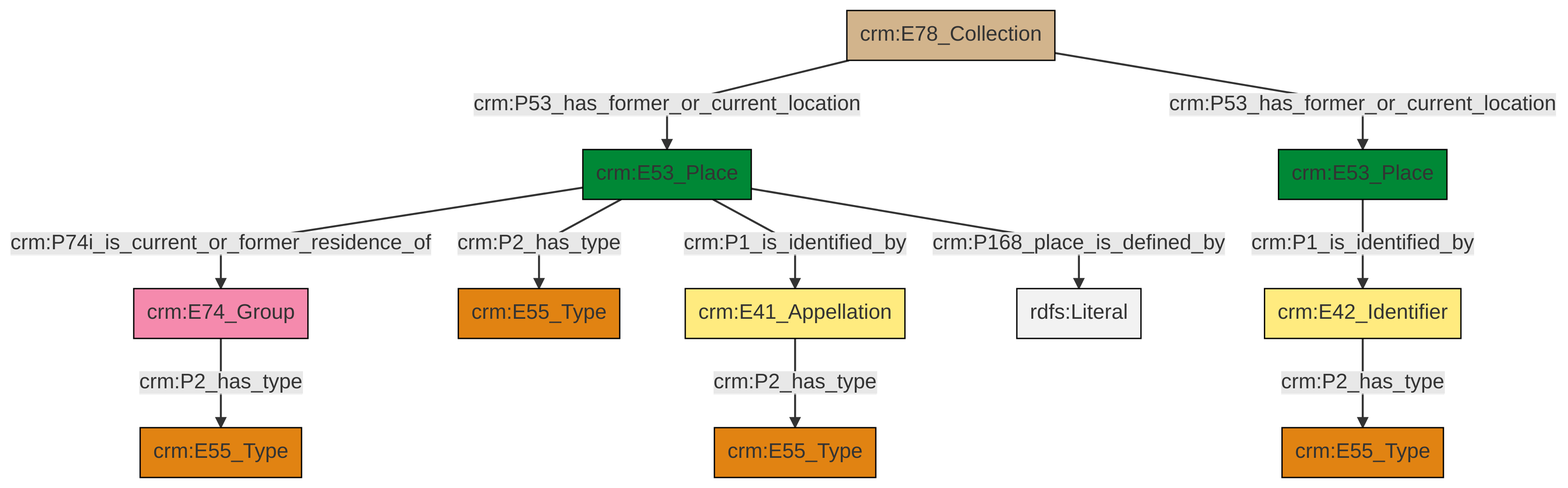
Before: et/archivalCSV/ttl/mmd/png/archival_location.png, a diagram exported from Mermaid (swiss-art-research-net/docs.swissartresearch). Its source is kept beside it as et/archivalCSV/ttl/mmd/archival_location.ttl.mmd.
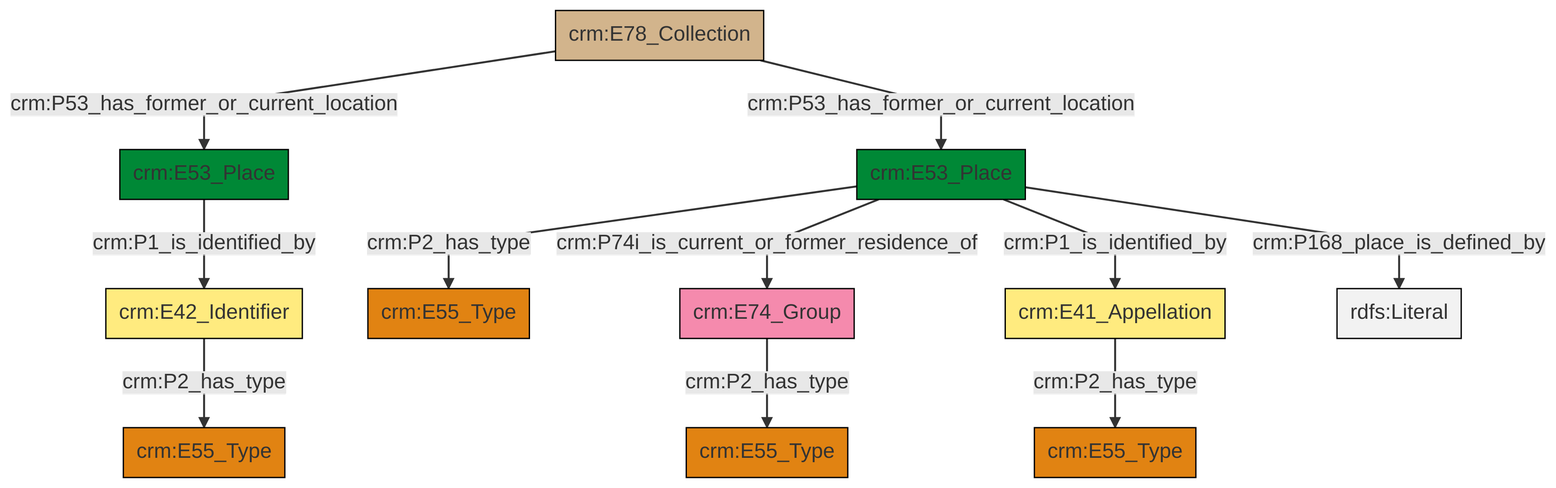
After the change.

Diff of the diagram source:
```diff
@@ -14,12 +14,12 @@
 classDef Multi fill:#cccccc,stroke:#000000;
 
 6["crm:E78_Collection"]:::Physical_Thing -->|crm:P53_has_former_or_current_location| 7["crm:E53_Place"]:::Place
-10["crm:E42_Identifier"]:::Appellation -->|crm:P2_has_type| 2["crm:E55_Type"]:::Type
-7["crm:E53_Place"]:::Place -->|crm:P168_place_is_defined_by| 11[rdfs:Literal]:::Literal
-14["crm:E53_Place"]:::Place -->|crm:P1_is_identified_by| 10["crm:E42_Identifier"]:::Appellation
-7["crm:E53_Place"]:::Place -->|crm:P74i_is_current_or_former_residence_of| 18["crm:E74_Group"]:::Actor
-7["crm:E53_Place"]:::Place -->|crm:P2_has_type| 8["crm:E55_Type"]:::Type
-6["crm:E78_Collection"]:::Physical_Thing -->|crm:P53_has_former_or_current_location| 14["crm:E53_Place"]:::Place
-4["crm:E41_Appellation"]:::Appellation -->|crm:P2_has_type| 12["crm:E55_Type"]:::Type
-18["crm:E74_Group"]:::Actor -->|crm:P2_has_type| 0["crm:E55_Type"]:::Type
-7["crm:E53_Place"]:::Place -->|crm:P1_is_identified_by| 4["crm:E41_Appellation"]:::Appellation
+8["crm:E53_Place"]:::Place -->|crm:P2_has_type| 0["crm:E55_Type"]:::Type
+9["crm:E74_Group"]:::Actor -->|crm:P2_has_type| 4["crm:E55_Type"]:::Type
+6["crm:E78_Collection"]:::Physical_Thing -->|crm:P53_has_former_or_current_location| 8["crm:E53_Place"]:::Place
+2["crm:E42_Identifier"]:::Appellation -->|crm:P2_has_type| 13["crm:E55_Type"]:::Type
+8["crm:E53_Place"]:::Place -->|crm:P74i_is_current_or_former_residence_of| 9["crm:E74_Group"]:::Actor
+7["crm:E53_Place"]:::Place -->|crm:P1_is_identified_by| 2["crm:E42_Identifier"]:::Appellation
+19["crm:E41_Appellation"]:::Appellation -->|crm:P2_has_type| 10["crm:E55_Type"]:::Type
+8["crm:E53_Place"]:::Place -->|crm:P1_is_identified_by| 19["crm:E41_Appellation"]:::Appellation
+8["crm:E53_Place"]:::Place -->|crm:P168_place_is_defined_by| 24[rdfs:Literal]:::Literal
```
